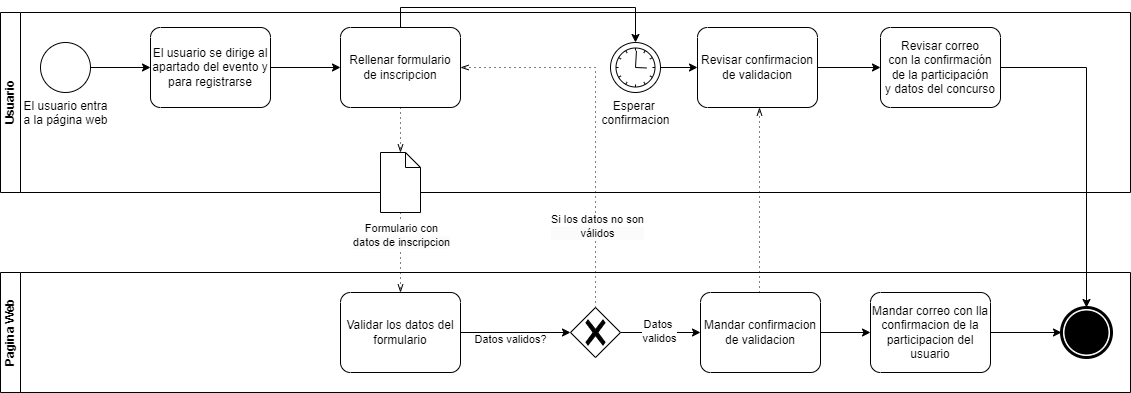
luciarinconpozo/Cibercafe keeps this draw.io diagram as BPMN/inscripcion_concurso.drawio.png. Above is the earlier version. Source tidied: cells renumbered, new cells last; positions are measured from the earlier drawing's top-left corner, leaving out a move shared by most shapes.
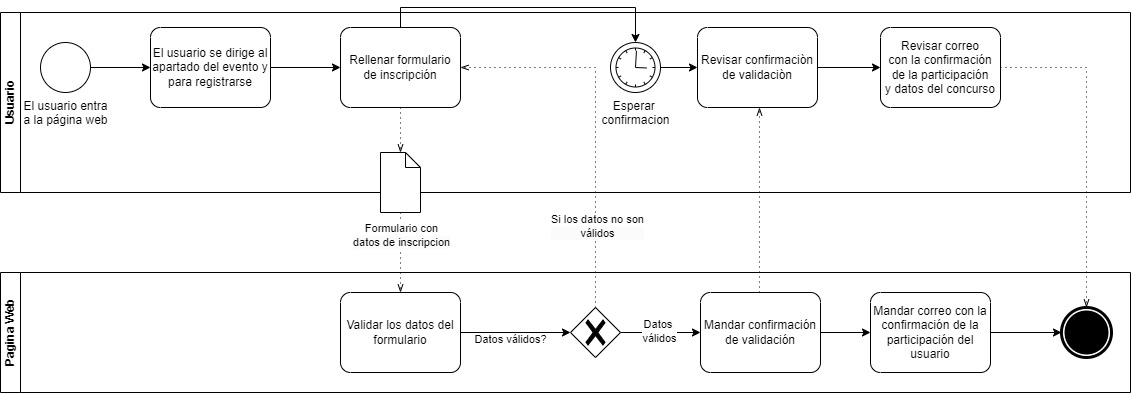
Above is the later version.

Commit message:
bpmn cesar

The edit, as a diff of the source:
```diff
@@ -17,13 +17,13 @@
     <mxCell id="6" value="El usuario se dirige al apartado del evento y para registrarse" style="points=[[0.25,0,0],[0.5,0,0],[0.75,0,0],[1,0.25,0],[1,0.5,0],[1,0.75,0],[0.75,1,0],[0.5,1,0],[0.25,1,0],[0,0.75,0],[0,0.5,0],[0,0.25,0]];shape=mxgraph.bpmn.task;whiteSpace=wrap;rectStyle=rounded;size=10;html=1;taskMarker=abstract;" parent="2" vertex="1">
       <mxGeometry x="150" y="15" width="120" height="80" as="geometry" />
     </mxCell>
-    <mxCell id="7" value="Rellenar formulario de inscripcion" style="points=[[0.25,0,0],[0.5,0,0],[0.75,0,0],[1,0.25,0],[1,0.5,0],[1,0.75,0],[0.75,1,0],[0.5,1,0],[0.25,1,0],[0,0.75,0],[0,0.5,0],[0,0.25,0]];shape=mxgraph.bpmn.task;whiteSpace=wrap;rectStyle=rounded;size=10;html=1;taskMarker=abstract;" parent="2" vertex="1">
+    <mxCell id="7" value="Rellenar formulario de inscripción" style="points=[[0.25,0,0],[0.5,0,0],[0.75,0,0],[1,0.25,0],[1,0.5,0],[1,0.75,0],[0.75,1,0],[0.5,1,0],[0.25,1,0],[0,0.75,0],[0,0.5,0],[0,0.25,0]];shape=mxgraph.bpmn.task;whiteSpace=wrap;rectStyle=rounded;size=10;html=1;taskMarker=abstract;" parent="2" vertex="1">
       <mxGeometry x="340" y="15" width="120" height="80" as="geometry" />
     </mxCell>
     <mxCell id="8" style="edgeStyle=orthogonalEdgeStyle;rounded=0;jettySize=auto;html=1;" parent="2" edge="1" source="9" target="10">
       <mxGeometry relative="1" as="geometry" />
     </mxCell>
-    <mxCell id="9" value="Revisar confirmacion de validacion" style="points=[[0.25,0,0],[0.5,0,0],[0.75,0,0],[1,0.25,0],[1,0.5,0],[1,0.75,0],[0.75,1,0],[0.5,1,0],[0.25,1,0],[0,0.75,0],[0,0.5,0],[0,0.25,0]];shape=mxgraph.bpmn.task;whiteSpace=wrap;rectStyle=rounded;size=10;html=1;taskMarker=abstract;" parent="2" vertex="1">
+    <mxCell id="9" value="Revisar confirmaciòn de validaciòn" style="points=[[0.25,0,0],[0.5,0,0],[0.75,0,0],[1,0.25,0],[1,0.5,0],[1,0.75,0],[0.75,1,0],[0.5,1,0],[0.25,1,0],[0,0.75,0],[0,0.5,0],[0,0.25,0]];shape=mxgraph.bpmn.task;whiteSpace=wrap;rectStyle=rounded;size=10;html=1;taskMarker=abstract;" parent="2" vertex="1">
       <mxGeometry x="697" y="15" width="120" height="80" as="geometry" />
     </mxCell>
     <mxCell id="10" value="Revisar correo&lt;div&gt;con la confirmación de la participación y&amp;nbsp;&lt;span style=&quot;background-color: initial;&quot;&gt;datos de&lt;/span&gt;&lt;span style=&quot;background-color: initial;&quot;&gt;l concurso&lt;/span&gt;&lt;/div&gt;" style="points=[[0.25,0,0],[0.5,0,0],[0.75,0,0],[1,0.25,0],[1,0.5,0],[1,0.75,0],[0.75,1,0],[0.5,1,0],[0.25,1,0],[0,0.75,0],[0,0.5,0],[0,0.25,0]];shape=mxgraph.bpmn.task;whiteSpace=wrap;rectStyle=rounded;size=10;html=1;taskMarker=abstract;" parent="2" vertex="1">
@@ -47,7 +47,7 @@
     <mxCell id="16" style="edgeStyle=orthogonalEdgeStyle;rounded=0;jettySize=auto;html=1;exitX=1;exitY=0.5;exitDx=0;exitDy=0;exitPerimeter=0;" parent="14" edge="1" source="18" target="22">
       <mxGeometry relative="1" as="geometry" />
     </mxCell>
-    <mxCell id="17" value="Datos&amp;nbsp;&lt;div&gt;validos&lt;/div&gt;" style="edgeLabel;html=1;align=center;verticalAlign=middle;" parent="16" vertex="1">
+    <mxCell id="17" value="Datos&amp;nbsp;&lt;div&gt;válidos&lt;/div&gt;" style="edgeLabel;html=1;align=center;verticalAlign=middle;" parent="16" vertex="1">
       <mxGeometry x="-0.05" y="2" relative="1" as="geometry" />
     </mxCell>
     <mxCell id="18" style="points=[[0.25,0.25,0],[0.5,0,0],[0.75,0.25,0],[1,0.5,0],[0.75,0.75,0],[0.5,1,0],[0.25,0.75,0],[0,0.5,0]];shape=mxgraph.bpmn.gateway2;html=1;verticalLabelPosition=bottom;labelBackgroundColor=#ffffff;verticalAlign=top;align=center;perimeter=rhombusPerimeter;outlineConnect=0;outline=none;symbol=none;gwType=exclusive;" parent="14" vertex="1">
@@ -56,27 +56,24 @@
     <mxCell id="19" style="edgeStyle=orthogonalEdgeStyle;rounded=0;jettySize=auto;html=1;exitX=1;exitY=0.5;exitDx=0;exitDy=0;exitPerimeter=0;entryX=0;entryY=0.5;entryDx=0;entryDy=0;entryPerimeter=0;" parent="14" edge="1" source="15" target="18">
       <mxGeometry relative="1" as="geometry" />
     </mxCell>
-    <mxCell id="20" value="Datos validos?" style="edgeLabel;html=1;align=center;verticalAlign=middle;" parent="19" vertex="1">
+    <mxCell id="20" value="Datos válidos?" style="edgeLabel;html=1;align=center;verticalAlign=middle;" parent="19" vertex="1">
       <mxGeometry x="-0.1" y="-6" relative="1" as="geometry" />
     </mxCell>
     <mxCell id="21" style="edgeStyle=orthogonalEdgeStyle;rounded=0;jettySize=auto;html=1;" parent="14" edge="1" source="22" target="24">
       <mxGeometry relative="1" as="geometry" />
     </mxCell>
-    <mxCell id="22" value="Mandar confirmacion&lt;div&gt;de validacion&lt;/div&gt;" style="points=[[0.25,0,0],[0.5,0,0],[0.75,0,0],[1,0.25,0],[1,0.5,0],[1,0.75,0],[0.75,1,0],[0.5,1,0],[0.25,1,0],[0,0.75,0],[0,0.5,0],[0,0.25,0]];shape=mxgraph.bpmn.task;whiteSpace=wrap;rectStyle=rounded;size=10;html=1;taskMarker=abstract;" parent="14" vertex="1">
+    <mxCell id="22" value="Mandar confirmación&lt;div&gt;de validación&lt;/div&gt;" style="points=[[0.25,0,0],[0.5,0,0],[0.75,0,0],[1,0.25,0],[1,0.5,0],[1,0.75,0],[0.75,1,0],[0.5,1,0],[0.25,1,0],[0,0.75,0],[0,0.5,0],[0,0.25,0]];shape=mxgraph.bpmn.task;whiteSpace=wrap;rectStyle=rounded;size=10;html=1;taskMarker=abstract;" parent="14" vertex="1">
       <mxGeometry x="700" y="20" width="120" height="80" as="geometry" />
     </mxCell>
     <mxCell id="23" style="edgeStyle=orthogonalEdgeStyle;rounded=0;jettySize=auto;html=1;" parent="14" edge="1" source="24" target="25">
       <mxGeometry relative="1" as="geometry" />
     </mxCell>
-    <mxCell id="24" value="Mandar correo con lla confirmacion de la participacion del usuario" style="points=[[0.25,0,0],[0.5,0,0],[0.75,0,0],[1,0.25,0],[1,0.5,0],[1,0.75,0],[0.75,1,0],[0.5,1,0],[0.25,1,0],[0,0.75,0],[0,0.5,0],[0,0.25,0]];shape=mxgraph.bpmn.task;whiteSpace=wrap;rectStyle=rounded;size=10;html=1;taskMarker=abstract;" parent="14" vertex="1">
+    <mxCell id="24" value="Mandar correo con la confirmación de la participación del usuario" style="points=[[0.25,0,0],[0.5,0,0],[0.75,0,0],[1,0.25,0],[1,0.5,0],[1,0.75,0],[0.75,1,0],[0.5,1,0],[0.25,1,0],[0,0.75,0],[0,0.5,0],[0,0.25,0]];shape=mxgraph.bpmn.task;whiteSpace=wrap;rectStyle=rounded;size=10;html=1;taskMarker=abstract;" parent="14" vertex="1">
       <mxGeometry x="870" y="20" width="120" height="80" as="geometry" />
     </mxCell>
     <mxCell id="25" style="points=[[0.145,0.145,0],[0.5,0,0],[0.855,0.145,0],[1,0.5,0],[0.855,0.855,0],[0.5,1,0],[0.145,0.855,0],[0,0.5,0]];shape=mxgraph.bpmn.event;html=1;verticalLabelPosition=bottom;labelBackgroundColor=#ffffff;verticalAlign=top;align=center;perimeter=ellipsePerimeter;outlineConnect=0;outline=end;symbol=terminate;" parent="14" vertex="1">
       <mxGeometry x="1061" y="35" width="50" height="50" as="geometry" />
     </mxCell>
-    <mxCell id="26" style="edgeStyle=orthogonalEdgeStyle;rounded=0;jettySize=auto;html=1;" parent="1" edge="1" source="10" target="25">
-      <mxGeometry relative="1" as="geometry" />
-    </mxCell>
     <mxCell id="27" style="edgeStyle=elbowEdgeStyle;fontSize=12;html=1;endFill=0;startFill=0;endSize=6;startSize=6;dashed=1;dashPattern=1 4;endArrow=openThin;startArrow=none;rounded=0;exitX=0.5;exitY=0;exitDx=0;exitDy=0;exitPerimeter=0;" parent="1" edge="1" source="18" target="7">
       <mxGeometry relative="1" as="geometry">
         <Array as="points">
@@ -102,5 +99,12 @@
     <mxCell id="33" style="edgeStyle=elbowEdgeStyle;fontSize=12;html=1;endFill=0;startFill=0;endSize=6;startSize=6;dashed=1;dashPattern=1 4;endArrow=openThin;startArrow=none;rounded=0;" parent="1" edge="1" source="22" target="9">
       <mxGeometry relative="1" as="geometry" />
     </mxCell>
+    <mxCell id="26" style="edgeStyle=elbowEdgeStyle;fontSize=12;html=1;endFill=0;startFill=0;endSize=6;startSize=6;dashed=1;dashPattern=1 4;endArrow=openThin;startArrow=none;rounded=0;exitX=1;exitY=0.5;exitDx=0;exitDy=0;exitPerimeter=0;entryX=0.5;entryY=0;entryDx=0;entryDy=0;entryPerimeter=0;" parent="1" edge="1" source="10" target="25">
+      <mxGeometry relative="1" as="geometry">
+        <Array as="points">
+          <mxPoint x="1086" y="170" />
+        </Array>
+      </mxGeometry>
+    </mxCell>
   </root>
 </mxGraphModel>
```
